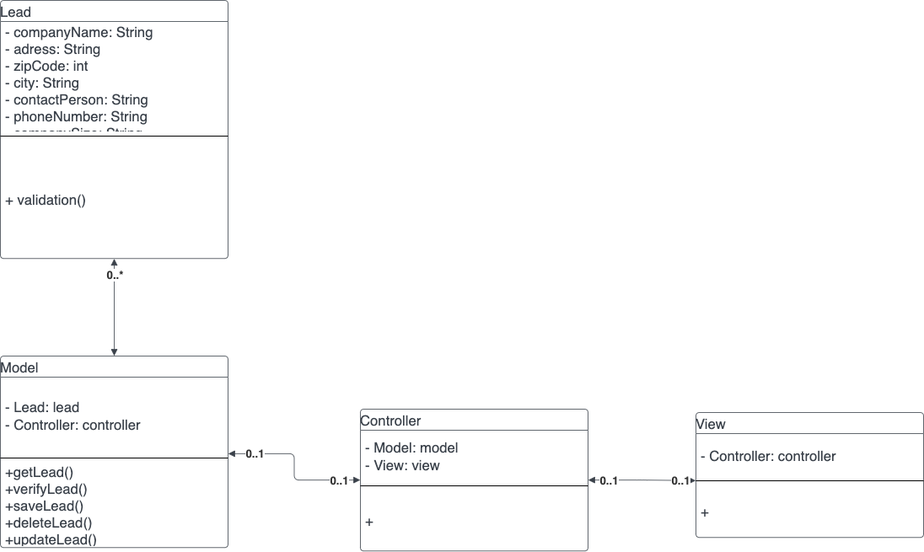
Earlier version of the draw.io export wiki_images/Klassdiagram.drawio.png (MinhThai098/ISGC15). Source tidied: cells renumbered, new cells last; positions are measured from the earlier drawing's top-left corner, leaving out a move shared by most shapes.
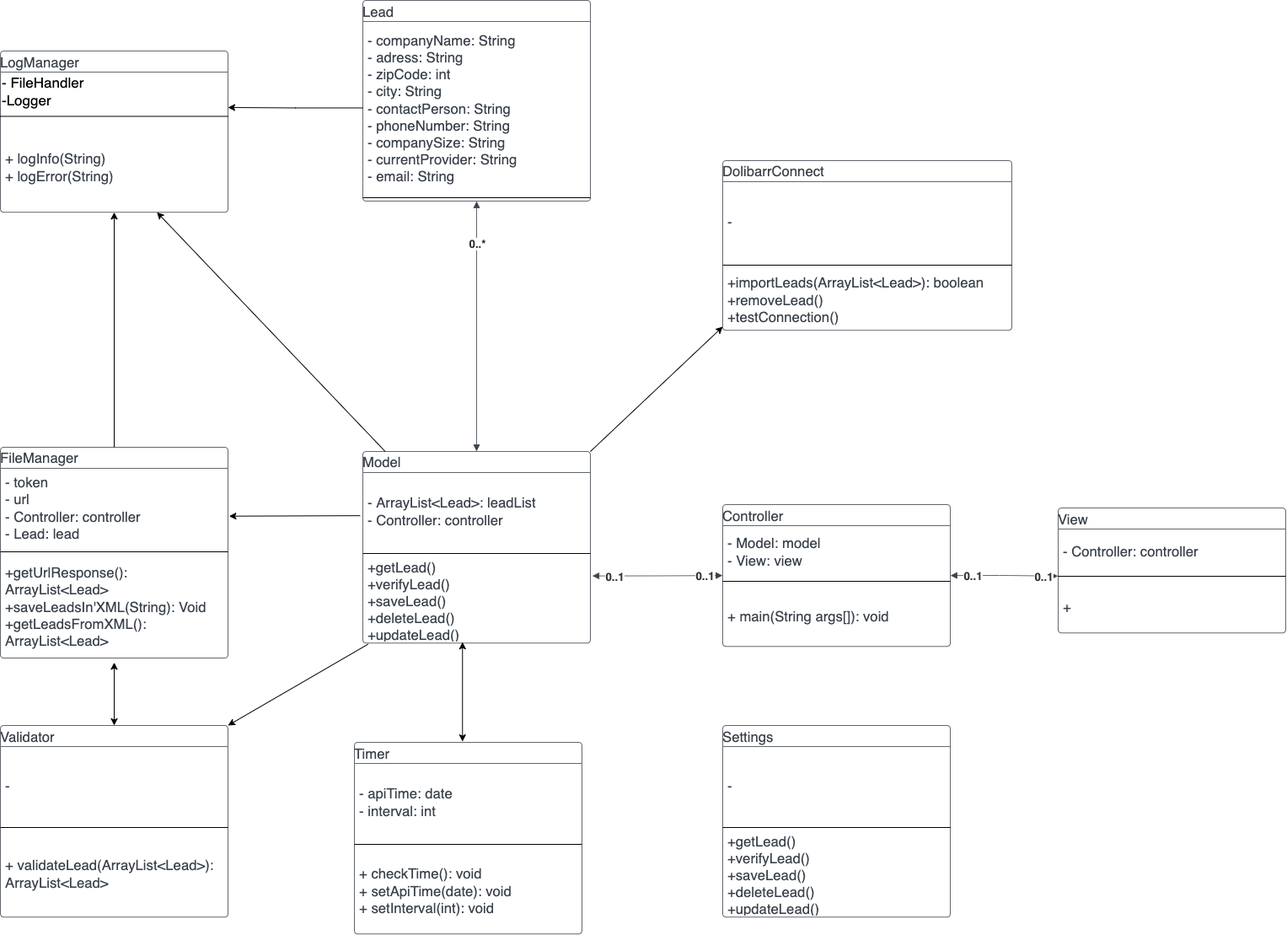
After the commit.

Diff of the diagram source:
```diff
@@ -11,13 +11,13 @@
     <mxCell id="4" style="line;strokeWidth=1;fillColor=none;align=left;verticalAlign=middle;spacingTop=-1;spacingLeft=3;spacingRight=3;labelPosition=right;" parent="2" vertex="1">
       <mxGeometry y="87" width="270" height="8" as="geometry" />
     </mxCell>
-    <mxCell id="5" value="+" style="html=1;strokeColor=none;fillColor=none;align=left;verticalAlign=middle;spacingLeft=4;spacingRight=4;overflow=hidden;swimlaneFillColor=#ffffff;strokeOpacity=100;whiteSpace=wrap;fontSize=16.7;fontColor=#3a414a;" parent="2" vertex="1">
+    <mxCell id="5" value="+ main(String args[]): void" style="html=1;strokeColor=none;fillColor=none;align=left;verticalAlign=middle;spacingLeft=4;spacingRight=4;overflow=hidden;swimlaneFillColor=#ffffff;strokeOpacity=100;whiteSpace=wrap;fontSize=16.7;fontColor=#3a414a;" parent="2" vertex="1">
       <mxGeometry y="95" width="270" height="73.2" as="geometry" />
     </mxCell>
     <mxCell id="6" value="Model" style="html=1;overflow=block;blockSpacing=1;swimlane;horizontal=1;fontStyle=0;swimlaneFillColor=#ffffff;startSize=25;whiteSpace=wrap;fontSize=16.7;fontColor=#3a414a;align=left;spacing=0;strokeColor=#3a414a;strokeOpacity=100;rounded=1;absoluteArcSize=1;arcSize=9;strokeWidth=0.8;" parent="1" vertex="1">
       <mxGeometry y="422" width="270" height="227.2" as="geometry" />
     </mxCell>
-    <mxCell id="7" value="- Lead: lead&#10;- Controller: controller" style="html=1;strokeColor=none;fillColor=none;align=left;verticalAlign=middle;spacingLeft=4;spacingRight=4;overflow=hidden;points=[[0,0.5],[1,0.5]];portConstraint=eastwest;swimlaneFillColor=#ffffff;strokeOpacity=100;whiteSpace=wrap;fontSize=16.7;fontColor=#3a414a;" parent="6" vertex="1">
+    <mxCell id="7" value="- ArrayList&amp;lt;Lead&amp;gt;: leadList&lt;br&gt;- Controller: controller" style="html=1;strokeColor=none;fillColor=none;align=left;verticalAlign=middle;spacingLeft=4;spacingRight=4;overflow=hidden;points=[[0,0.5],[1,0.5]];portConstraint=eastwest;swimlaneFillColor=#ffffff;strokeOpacity=100;whiteSpace=wrap;fontSize=16.7;fontColor=#3a414a;" parent="6" vertex="1">
       <mxGeometry y="25" width="270" height="92" as="geometry" />
     </mxCell>
     <mxCell id="8" style="line;strokeWidth=1;fillColor=none;align=left;verticalAlign=middle;spacingTop=-1;spacingLeft=3;spacingRight=3;labelPosition=right;" parent="6" vertex="1">
@@ -39,24 +39,21 @@
       <mxGeometry y="85" width="270" height="63.2" as="geometry" />
     </mxCell>
     <mxCell id="14" value="Lead" style="html=1;overflow=block;blockSpacing=1;swimlane;horizontal=1;fontStyle=0;swimlaneFillColor=#ffffff;startSize=25;whiteSpace=wrap;fontSize=16.7;fontColor=#3a414a;align=left;spacing=0;strokeColor=#3a414a;strokeOpacity=100;rounded=1;absoluteArcSize=1;arcSize=9;strokeWidth=0.8;" parent="1" vertex="1">
-      <mxGeometry width="270" height="306.2" as="geometry" />
+      <mxGeometry y="-113" width="270" height="238" as="geometry" />
     </mxCell>
     <mxCell id="15" value="- companyName: String&#10;- adress: String&#10;- zipCode: int&#10;- city: String&#10;- contactPerson: String&#10;- phoneNumber: String&#10;- companySize: String&#10;- currentProvider: String&#10;- email: String" style="html=1;strokeColor=none;fillColor=none;align=left;verticalAlign=middle;spacingLeft=4;spacingRight=4;overflow=hidden;points=[[0,0.5],[1,0.5]];portConstraint=eastwest;swimlaneFillColor=#ffffff;strokeOpacity=100;whiteSpace=wrap;fontSize=16.7;fontColor=#3a414a;" parent="14" vertex="1">
-      <mxGeometry y="25" width="270" height="132" as="geometry" />
+      <mxGeometry y="25" width="270" height="205" as="geometry" />
     </mxCell>
     <mxCell id="16" style="line;strokeWidth=1;fillColor=none;align=left;verticalAlign=middle;spacingTop=-1;spacingLeft=3;spacingRight=3;labelPosition=right;" parent="14" vertex="1">
-      <mxGeometry y="157" width="270" height="8" as="geometry" />
+      <mxGeometry y="230" width="270" height="8" as="geometry" />
     </mxCell>
-    <mxCell id="17" value="+ validation()" style="html=1;strokeColor=none;fillColor=none;align=left;verticalAlign=middle;spacingLeft=4;spacingRight=4;overflow=hidden;swimlaneFillColor=#ffffff;strokeOpacity=100;whiteSpace=wrap;fontSize=16.7;fontColor=#3a414a;" parent="14" vertex="1">
-      <mxGeometry y="165" width="270" height="141.2" as="geometry" />
-    </mxCell>
     <mxCell id="18" style="html=1;jettySize=18;whiteSpace=wrap;fontSize=13;strokeColor=#3a414a;strokeOpacity=100;strokeWidth=0.8;rounded=1;arcSize=12;edgeStyle=orthogonalEdgeStyle;startArrow=block;startFill=1;endArrow=block;endFill=1;exitX=0.5;exitY=-0.001;exitPerimeter=0;entryX=0.5;entryY=1.001;entryPerimeter=0;" parent="1" edge="1" source="6" target="14">
       <mxGeometry relative="1" as="geometry" />
     </mxCell>
     <mxCell id="19" value="0..*" style="text;html=1;labelBackgroundColor=default;align=center;verticalAlign=middle;fontStyle=1;fontColor=#333333;fontSize=13.3;" parent="18" vertex="1">
       <mxGeometry x="0.67" relative="1" as="geometry" />
     </mxCell>
-    <mxCell id="20" style="html=1;jettySize=18;whiteSpace=wrap;fontSize=13;strokeColor=#3a414a;strokeOpacity=100;strokeWidth=0.8;rounded=1;arcSize=12;edgeStyle=orthogonalEdgeStyle;startArrow=block;startFill=1;endArrow=block;endFill=1;exitX=1.001;exitY=0.51;exitPerimeter=0;entryX=-0.001;entryY=0.5;entryPerimeter=0;" parent="1" edge="1" source="6" target="2">
+    <mxCell id="20" style="html=1;jettySize=18;whiteSpace=wrap;fontSize=13;strokeColor=#3a414a;strokeOpacity=100;strokeWidth=0.8;rounded=1;arcSize=12;edgeStyle=orthogonalEdgeStyle;startArrow=block;startFill=1;endArrow=block;endFill=1;exitX=1.009;exitY=0.221;exitPerimeter=0;entryX=-0.001;entryY=0.5;entryPerimeter=0;exitDx=0;exitDy=0;" parent="1" edge="1" source="9" target="2">
       <mxGeometry relative="1" as="geometry" />
     </mxCell>
     <mxCell id="21" value="0..1" style="text;html=1;labelBackgroundColor=default;align=center;verticalAlign=middle;fontStyle=1;fontColor=#333333;fontSize=13.3;" parent="20" vertex="1">
@@ -74,5 +71,103 @@
     <mxCell id="25" value="0..1" style="text;html=1;labelBackgroundColor=default;align=center;verticalAlign=middle;fontStyle=1;fontColor=#333333;fontSize=13.3;" parent="23" vertex="1">
       <mxGeometry x="-0.63" relative="1" as="geometry" />
     </mxCell>
+    <mxCell id="26" value="LogManager" style="html=1;overflow=block;blockSpacing=1;swimlane;horizontal=1;fontStyle=0;swimlaneFillColor=#ffffff;startSize=25;whiteSpace=wrap;fontSize=16.7;fontColor=#3a414a;align=left;spacing=0;strokeColor=#3a414a;strokeOpacity=100;rounded=1;absoluteArcSize=1;arcSize=9;strokeWidth=0.8;" parent="1" vertex="1">
+      <mxGeometry x="-430" y="-53" width="270" height="191.2" as="geometry" />
+    </mxCell>
+    <mxCell id="27" value="&lt;font style=&quot;font-size: 17px&quot;&gt;- FileHandler&lt;br&gt;-Logger&lt;br&gt;&lt;/font&gt;" style="text;html=1;strokeColor=none;fillColor=none;align=left;verticalAlign=middle;whiteSpace=wrap;rounded=0;" parent="26" vertex="1">
+      <mxGeometry y="25" width="270" height="45" as="geometry" />
+    </mxCell>
+    <mxCell id="28" style="line;strokeWidth=1;fillColor=none;align=left;verticalAlign=middle;spacingTop=-1;spacingLeft=3;spacingRight=3;labelPosition=right;" parent="26" vertex="1">
+      <mxGeometry y="70" width="270" height="15" as="geometry" />
+    </mxCell>
+    <mxCell id="29" value="+ logInfo(String)&lt;br&gt;+ logError(String)" style="html=1;strokeColor=none;fillColor=none;align=left;verticalAlign=middle;spacingLeft=4;spacingRight=4;overflow=hidden;points=[[0,0.5],[1,0.5]];portConstraint=eastwest;swimlaneFillColor=#ffffff;strokeOpacity=100;whiteSpace=wrap;fontSize=16.7;fontColor=#3a414a;" parent="26" vertex="1">
+      <mxGeometry y="85" width="270" height="106.2" as="geometry" />
+    </mxCell>
+    <mxCell id="30" value="FileManager" style="html=1;overflow=block;blockSpacing=1;swimlane;horizontal=1;fontStyle=0;swimlaneFillColor=#ffffff;startSize=25;whiteSpace=wrap;fontSize=16.7;fontColor=#3a414a;align=left;spacing=0;strokeColor=#3a414a;strokeOpacity=100;rounded=1;absoluteArcSize=1;arcSize=9;strokeWidth=0.8;" parent="1" vertex="1">
+      <mxGeometry x="-430" y="417" width="270" height="250" as="geometry" />
+    </mxCell>
+    <mxCell id="31" value="- token&lt;br&gt;- url&lt;br&gt;- Controller: controller&lt;br&gt;- Lead: lead" style="html=1;strokeColor=none;fillColor=none;align=left;verticalAlign=middle;spacingLeft=4;spacingRight=4;overflow=hidden;points=[[0,0.5],[1,0.5]];portConstraint=eastwest;swimlaneFillColor=#ffffff;strokeOpacity=100;whiteSpace=wrap;fontSize=16.7;fontColor=#3a414a;" parent="30" vertex="1">
+      <mxGeometry y="25" width="270" height="95" as="geometry" />
+    </mxCell>
+    <mxCell id="32" style="line;strokeWidth=1;fillColor=none;align=left;verticalAlign=middle;spacingTop=-1;spacingLeft=3;spacingRight=3;labelPosition=right;" parent="30" vertex="1">
+      <mxGeometry y="120" width="270" height="8" as="geometry" />
+    </mxCell>
+    <mxCell id="33" value="+getUrlResponse(): ArrayList&amp;lt;Lead&amp;gt;&lt;br&gt;+saveLeadsIn'XML(String): Void&lt;br&gt;+getLeadsFromXML(): ArrayList&amp;lt;Lead&amp;gt;" style="html=1;strokeColor=none;fillColor=none;align=left;verticalAlign=middle;spacingLeft=4;spacingRight=4;overflow=hidden;points=[[0,0.5],[1,0.5]];portConstraint=eastwest;swimlaneFillColor=#ffffff;strokeOpacity=100;whiteSpace=wrap;fontSize=16.7;fontColor=#3a414a;" parent="30" vertex="1">
+      <mxGeometry y="128" width="270" height="122" as="geometry" />
+    </mxCell>
+    <mxCell id="34" style="edgeStyle=orthogonalEdgeStyle;rounded=0;jettySize=auto;html=1;" parent="1" edge="1" source="15">
+      <mxGeometry relative="1" as="geometry">
+        <mxPoint x="-160" y="14" as="targetPoint" />
+      </mxGeometry>
+    </mxCell>
+    <mxCell id="35" style="endArrow=classic;html=1;rounded=0;exitX=0.5;exitY=0;exitDx=0;exitDy=0;" parent="1" edge="1" source="30" target="29">
+      <mxGeometry relative="1" as="geometry" />
+    </mxCell>
+    <mxCell id="36" style="endArrow=classic;html=1;rounded=0;" parent="1" edge="1" source="6" target="29">
+      <mxGeometry relative="1" as="geometry" />
+    </mxCell>
+    <mxCell id="37" style="endArrow=classic;html=1;rounded=0;exitX=-0.012;exitY=0.556;exitDx=0;exitDy=0;exitPerimeter=0;entryX=1.005;entryY=0.597;entryDx=0;entryDy=0;entryPerimeter=0;" parent="1" edge="1" source="7" target="31">
+      <mxGeometry relative="1" as="geometry" />
+    </mxCell>
+    <mxCell id="38" value="Timer" style="html=1;overflow=block;blockSpacing=1;swimlane;horizontal=1;fontStyle=0;swimlaneFillColor=#ffffff;startSize=25;whiteSpace=wrap;fontSize=16.7;fontColor=#3a414a;align=left;spacing=0;strokeColor=#3a414a;strokeOpacity=100;rounded=1;absoluteArcSize=1;arcSize=9;strokeWidth=0.8;" parent="1" vertex="1">
+      <mxGeometry x="-10" y="767" width="270" height="227.2" as="geometry" />
+    </mxCell>
+    <mxCell id="39" value="- apiTime: date&lt;br&gt;- interval: int" style="html=1;strokeColor=none;fillColor=none;align=left;verticalAlign=middle;spacingLeft=4;spacingRight=4;overflow=hidden;swimlaneFillColor=#ffffff;strokeOpacity=100;whiteSpace=wrap;fontSize=16.7;fontColor=#3a414a;" parent="38" vertex="1">
+      <mxGeometry y="25" width="270" height="92" as="geometry" />
+    </mxCell>
+    <mxCell id="40" style="line;strokeWidth=1;fillColor=none;align=left;verticalAlign=middle;spacingTop=-1;spacingLeft=3;spacingRight=3;labelPosition=right;" parent="38" vertex="1">
+      <mxGeometry y="117" width="270" height="8" as="geometry" />
+    </mxCell>
+    <mxCell id="41" value="+ checkTime(): void&lt;br&gt;+ setApiTime(date): void&lt;br&gt;+ setInterval(int): void" style="html=1;strokeColor=none;fillColor=none;align=left;verticalAlign=middle;spacingLeft=4;spacingRight=4;overflow=hidden;swimlaneFillColor=#ffffff;strokeOpacity=100;whiteSpace=wrap;fontSize=16.7;fontColor=#3a414a;" parent="38" vertex="1">
+      <mxGeometry y="125" width="270" height="102.2" as="geometry" />
+    </mxCell>
+    <mxCell id="42" style="endArrow=classic;startArrow=classic;html=1;rounded=0;entryX=0.438;entryY=0.989;entryDx=0;entryDy=0;entryPerimeter=0;exitX=0.475;exitY=-0.004;exitDx=0;exitDy=0;exitPerimeter=0;" parent="1" edge="1" source="38" target="9">
+      <mxGeometry relative="1" as="geometry" />
+    </mxCell>
+    <mxCell id="43" value="Validator" style="html=1;overflow=block;blockSpacing=1;swimlane;horizontal=1;fontStyle=0;swimlaneFillColor=#ffffff;startSize=25;whiteSpace=wrap;fontSize=16.7;fontColor=#3a414a;align=left;spacing=0;strokeColor=#3a414a;strokeOpacity=100;rounded=1;absoluteArcSize=1;arcSize=9;strokeWidth=0.8;" parent="1" vertex="1">
+      <mxGeometry x="-430" y="747" width="270" height="227.2" as="geometry" />
+    </mxCell>
+    <mxCell id="44" value="-&amp;nbsp;" style="html=1;strokeColor=none;fillColor=none;align=left;verticalAlign=middle;spacingLeft=4;spacingRight=4;overflow=hidden;swimlaneFillColor=#ffffff;strokeOpacity=100;whiteSpace=wrap;fontSize=16.7;fontColor=#3a414a;" parent="43" vertex="1">
+      <mxGeometry y="25" width="270" height="92" as="geometry" />
+    </mxCell>
+    <mxCell id="45" style="line;strokeWidth=1;fillColor=none;align=left;verticalAlign=middle;spacingTop=-1;spacingLeft=3;spacingRight=3;labelPosition=right;" parent="43" vertex="1">
+      <mxGeometry y="117" width="270" height="8" as="geometry" />
+    </mxCell>
+    <mxCell id="46" value="+ validateLead(ArrayList&amp;lt;Lead&amp;gt;): ArrayList&amp;lt;Lead&amp;gt;&lt;br&gt;" style="html=1;strokeColor=none;fillColor=none;align=left;verticalAlign=middle;spacingLeft=4;spacingRight=4;overflow=hidden;swimlaneFillColor=#ffffff;strokeOpacity=100;whiteSpace=wrap;fontSize=16.7;fontColor=#3a414a;" parent="43" vertex="1">
+      <mxGeometry y="125" width="270" height="102.2" as="geometry" />
+    </mxCell>
+    <mxCell id="47" style="endArrow=classic;html=1;rounded=0;exitX=0.023;exitY=1.013;exitDx=0;exitDy=0;exitPerimeter=0;entryX=1;entryY=0;entryDx=0;entryDy=0;" parent="1" edge="1" source="9" target="43">
+      <mxGeometry relative="1" as="geometry" />
+    </mxCell>
+    <mxCell id="48" value="DolibarrConnect" style="html=1;overflow=block;blockSpacing=1;swimlane;horizontal=1;fontStyle=0;swimlaneFillColor=#ffffff;startSize=25;whiteSpace=wrap;fontSize=16.7;fontColor=#3a414a;align=left;spacing=0;strokeColor=#3a414a;strokeOpacity=100;rounded=1;absoluteArcSize=1;arcSize=9;strokeWidth=0.8;" parent="1" vertex="1">
+      <mxGeometry x="427" y="77" width="343" height="201.2" as="geometry" />
+    </mxCell>
+    <mxCell id="49" value="-&amp;nbsp;" style="html=1;strokeColor=none;fillColor=none;align=left;verticalAlign=middle;spacingLeft=4;spacingRight=4;overflow=hidden;swimlaneFillColor=#ffffff;strokeOpacity=100;whiteSpace=wrap;fontSize=16.7;fontColor=#3a414a;" parent="48" vertex="1">
+      <mxGeometry y="25" width="343" height="95" as="geometry" />
+    </mxCell>
+    <mxCell id="50" style="line;strokeWidth=1;fillColor=none;align=left;verticalAlign=middle;spacingTop=-1;spacingLeft=3;spacingRight=3;labelPosition=right;" parent="48" vertex="1">
+      <mxGeometry y="120" width="343" height="8" as="geometry" />
+    </mxCell>
+    <mxCell id="51" value="+importLeads(ArrayList&amp;lt;Lead&amp;gt;): boolean&lt;br&gt;+removeLead()&lt;br&gt;+testConnection()" style="html=1;strokeColor=none;fillColor=none;align=left;verticalAlign=middle;spacingLeft=4;spacingRight=4;overflow=hidden;points=[[0,0.5],[1,0.5]];portConstraint=eastwest;swimlaneFillColor=#ffffff;strokeOpacity=100;whiteSpace=wrap;fontSize=16.7;fontColor=#3a414a;" parent="48" vertex="1">
+      <mxGeometry y="128" width="343" height="73.2" as="geometry" />
+    </mxCell>
+    <mxCell id="52" style="endArrow=classic;html=1;rounded=0;exitX=1;exitY=0;exitDx=0;exitDy=0;entryX=0;entryY=0.942;entryDx=0;entryDy=0;entryPerimeter=0;" parent="1" edge="1" source="6" target="51">
+      <mxGeometry relative="1" as="geometry" />
+    </mxCell>
+    <mxCell id="53" style="endArrow=classic;startArrow=classic;html=1;rounded=0;exitX=0.5;exitY=0;exitDx=0;exitDy=0;entryX=0.5;entryY=1.043;entryDx=0;entryDy=0;entryPerimeter=0;" parent="1" edge="1" source="43" target="33">
+      <mxGeometry relative="1" as="geometry" />
+    </mxCell>
+    <mxCell id="54" value="Settings" style="html=1;overflow=block;blockSpacing=1;swimlane;horizontal=1;fontStyle=0;swimlaneFillColor=#ffffff;startSize=25;whiteSpace=wrap;fontSize=16.7;fontColor=#3a414a;align=left;spacing=0;strokeColor=#3a414a;strokeOpacity=100;rounded=1;absoluteArcSize=1;arcSize=9;strokeWidth=0.8;" parent="1" vertex="1">
+      <mxGeometry x="427" y="747" width="270" height="227.2" as="geometry" />
+    </mxCell>
+    <mxCell id="55" value="-&amp;nbsp;" style="html=1;strokeColor=none;fillColor=none;align=left;verticalAlign=middle;spacingLeft=4;spacingRight=4;overflow=hidden;swimlaneFillColor=#ffffff;strokeOpacity=100;whiteSpace=wrap;fontSize=16.7;fontColor=#3a414a;" parent="54" vertex="1">
+      <mxGeometry y="25" width="270" height="92" as="geometry" />
+    </mxCell>
+    <mxCell id="56" style="line;strokeWidth=1;fillColor=none;align=left;verticalAlign=middle;spacingTop=-1;spacingLeft=3;spacingRight=3;labelPosition=right;" parent="54" vertex="1">
+      <mxGeometry y="117" width="270" height="8" as="geometry" />
+    </mxCell>
+    <mxCell id="57" value="+getLead()&#10;+verifyLead()&#10;+saveLead()&#10;+deleteLead()&#10;+updateLead()&#10;+log()&#10;" style="html=1;strokeColor=none;fillColor=none;align=left;verticalAlign=middle;spacingLeft=4;spacingRight=4;overflow=hidden;swimlaneFillColor=#ffffff;strokeOpacity=100;whiteSpace=wrap;fontSize=16.7;fontColor=#3a414a;" parent="54" vertex="1">
+      <mxGeometry y="125" width="270" height="102.2" as="geometry" />
+    </mxCell>
   </root>
 </mxGraphModel>
```
